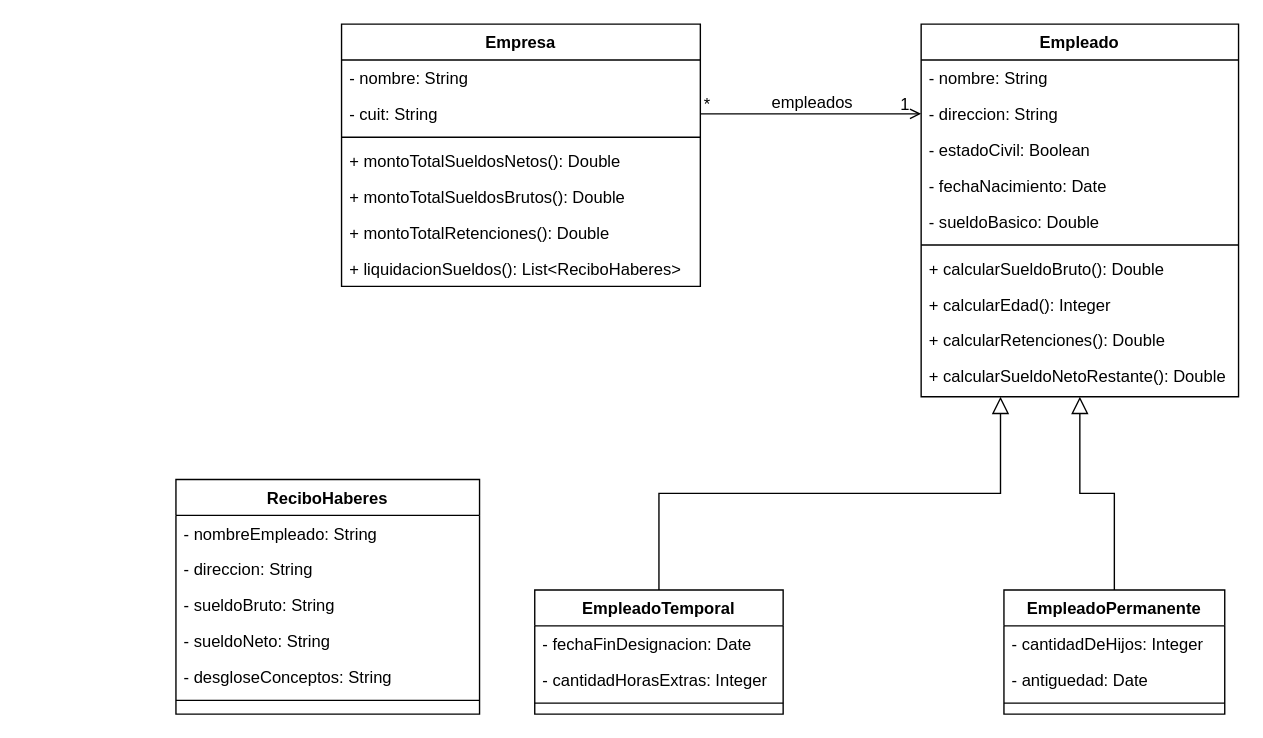
The draw.io diagram TP02/Untitled Diagram.drawio in dkippes/Programacion-Orientada-Objetos-2, before the edit. Source tidied: cells renumbered, new cells numbered last; positions are measured from the earlier drawing's top-left corner, leaving out a move shared by most shapes. Both pictures are drawn from the tidied source at 138%, with x=0, y=0 at pixel (175, 23).
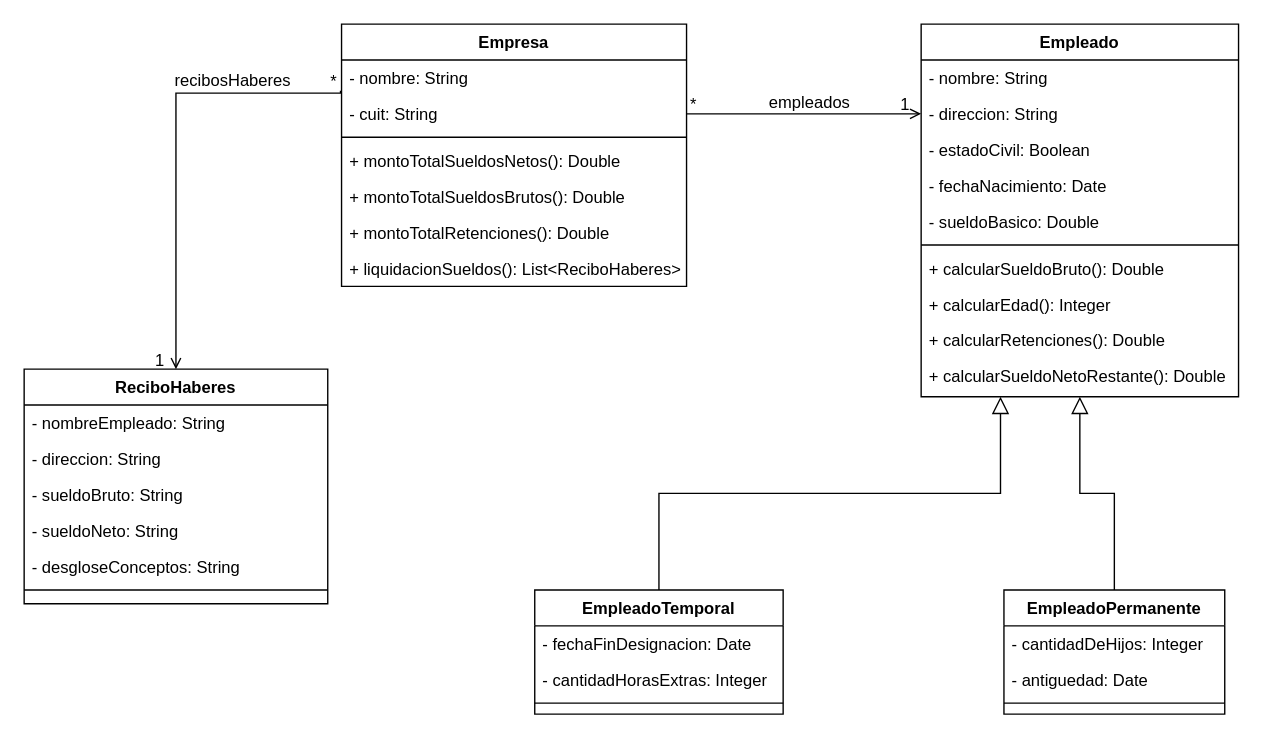
The same diagram, later.

Diff of the diagram source:
```diff
@@
     <mxCell id="2" value="Empresa" style="swimlane;fontStyle=1;align=center;verticalAlign=top;horizontal=1;startSize=26;rounded=0;shadow=0;strokeWidth=1;" parent="1" vertex="1">
-      <mxGeometry x="120" width="260" height="190" as="geometry" />
+      <mxGeometry x="120" width="250" height="190" as="geometry" />
     </mxCell>
     <mxCell id="3" value="- nombre: String" style="text;align=left;verticalAlign=top;spacingLeft=4;spacingRight=4;overflow=hidden;points=[[0,0.5],[1,0.5]];portConstraint=eastwest;" parent="2" vertex="1">
-      <mxGeometry y="26" width="260" height="26" as="geometry" />
+      <mxGeometry y="26" width="250" height="26" as="geometry" />
     </mxCell>
     <mxCell id="4" value="- cuit: String" style="text;align=left;verticalAlign=top;spacingLeft=4;spacingRight=4;overflow=hidden;points=[[0,0.5],[1,0.5]];portConstraint=eastwest;rounded=0;shadow=0;html=0;" parent="2" vertex="1">
-      <mxGeometry y="52" width="260" height="26" as="geometry" />
+      <mxGeometry y="52" width="250" height="26" as="geometry" />
     </mxCell>
     <mxCell id="5" style="line;html=1;strokeWidth=1;align=left;verticalAlign=middle;spacingTop=-1;spacingLeft=3;spacingRight=3;labelPosition=right;" parent="2" vertex="1">
-      <mxGeometry y="78" width="260" height="8" as="geometry" />
+      <mxGeometry y="78" width="250" height="8" as="geometry" />
     </mxCell>
     <mxCell id="6" value="+ montoTotalSueldosNetos(): Double" style="text;align=left;verticalAlign=top;spacingLeft=4;spacingRight=4;overflow=hidden;" parent="2" vertex="1">
-      <mxGeometry y="86" width="260" height="26" as="geometry" />
+      <mxGeometry y="86" width="250" height="26" as="geometry" />
     </mxCell>
     <mxCell id="7" value="+ montoTotalSueldosBrutos(): Double" style="text;align=left;verticalAlign=top;spacingLeft=4;spacingRight=4;overflow=hidden;" parent="2" vertex="1">
-      <mxGeometry y="112" width="260" height="26" as="geometry" />
+      <mxGeometry y="112" width="250" height="26" as="geometry" />
     </mxCell>
     <mxCell id="8" value="+ montoTotalRetenciones(): Double" style="text;align=left;verticalAlign=top;spacingLeft=4;spacingRight=4;overflow=hidden;" parent="2" vertex="1">
-      <mxGeometry y="138" width="260" height="26" as="geometry" />
+      <mxGeometry y="138" width="250" height="26" as="geometry" />
     </mxCell>
     <mxCell id="9" value="+ liquidacionSueldos(): List&lt;ReciboHaberes&gt;" style="text;align=left;verticalAlign=top;spacingLeft=4;spacingRight=4;overflow=hidden;" parent="2" vertex="1">
-      <mxGeometry y="164" width="260" height="26" as="geometry" />
+      <mxGeometry y="164" width="250" height="26" as="geometry" />
     </mxCell>
@@
     <mxCell id="35" value="ReciboHaberes" style="swimlane;fontStyle=1;align=center;verticalAlign=top;horizontal=1;startSize=26;rounded=0;shadow=0;strokeWidth=1;" parent="1" vertex="1">
-      <mxGeometry y="330" width="220" height="170" as="geometry" />
+      <mxGeometry x="-110" y="250" width="220" height="170" as="geometry" />
     </mxCell>
@@
+    <mxCell id="42" style="endArrow=open;shadow=0;strokeWidth=1;rounded=0;endFill=1;edgeStyle=elbowEdgeStyle;elbow=vertical;entryX=0.5;entryY=0;entryDx=0;entryDy=0;exitX=-0.003;exitY=0.859;exitDx=0;exitDy=0;exitPerimeter=0;" parent="1" edge="1" source="3" target="35">
+      <mxGeometry x="0.5" y="41" relative="1" as="geometry">
+        <Array as="points">
+          <mxPoint x="100" y="50" />
+        </Array>
+        <mxPoint x="-40" y="32" as="offset" />
+      </mxGeometry>
+    </mxCell>
+    <mxCell id="43" value="*" style="align=left;verticalAlign=bottom;labelBackgroundColor=none;fontSize=12;" parent="42" vertex="1">
+      <mxGeometry x="-1" relative="1" as="geometry">
+        <mxPoint x="-9" y="2" as="offset" />
+      </mxGeometry>
+    </mxCell>
+    <mxCell id="44" value="1" style="align=right;verticalAlign=bottom;labelBackgroundColor=none;fontSize=12;" parent="42" vertex="1">
+      <mxGeometry x="1" relative="1" as="geometry">
+        <mxPoint x="-7" y="2" as="offset" />
+      </mxGeometry>
+    </mxCell>
+    <mxCell id="45" value="recibosHaberes" style="text;html=1;align=center;verticalAlign=middle;labelBackgroundColor=none;rounded=0;shadow=0;strokeWidth=1;fontSize=12;" parent="42" vertex="1">
+      <mxGeometry x="0.5" y="49" relative="1" as="geometry">
+        <mxPoint x="-9" y="-130" as="offset" />
+      </mxGeometry>
+    </mxCell>
```
